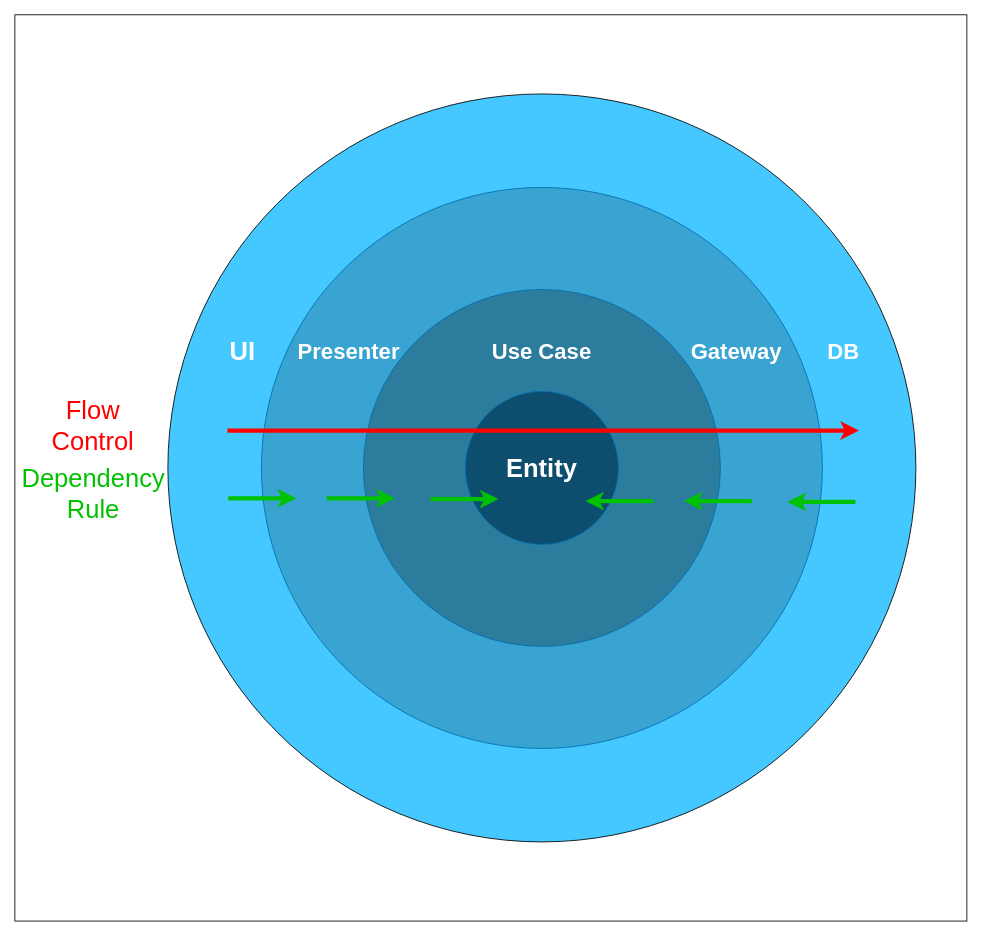
Above: diagrams/caFlowControlDependencyRule.drawio in AlexanderLapygin/dependency-inversion-slides (draw.io), before the change. Source tidied: cells renumbered, new cells numbered last; positions are measured from the earlier drawing's top-left corner, leaving out a move shared by most shapes. Both pictures are drawn from the tidied source at 85%, with x=0, y=0 at pixel (14, 14).
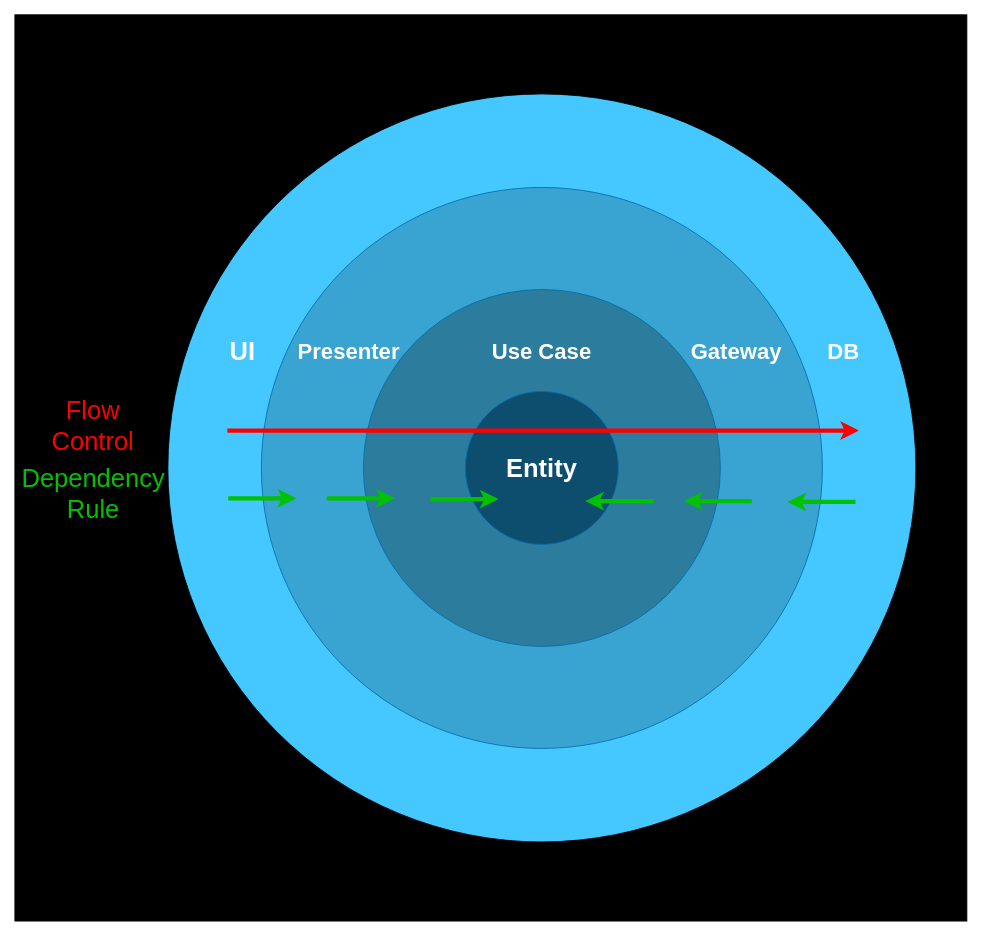
After the change.

Diff of the diagram source:
```diff
@@
-    <mxCell id="2" style="rounded=0;whiteSpace=wrap;html=1;fillColor=none;fontSize=30;fontColor=#FFFFFF;" parent="1" vertex="1">
+    <mxCell id="2" style="rounded=0;whiteSpace=wrap;html=1;fillColor=#000000;fontSize=30;fontColor=#FFFFFF;" parent="1" vertex="1">
       <mxGeometry y="-0.1" width="1120" height="1066.2" as="geometry" />
     </mxCell>
```
